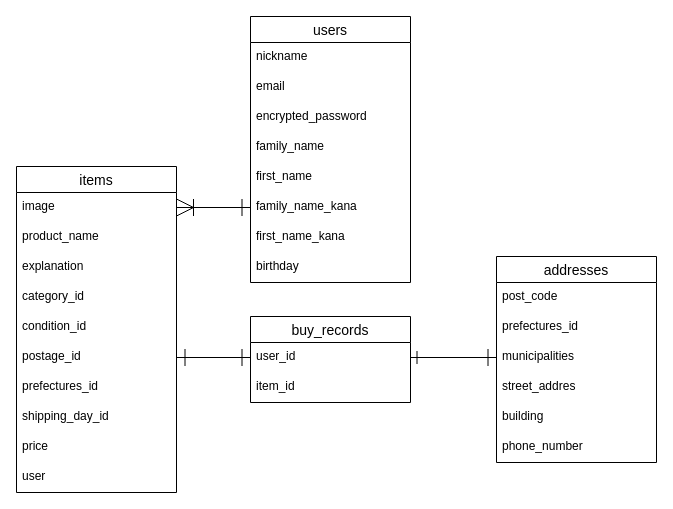
Earlier version of the draw.io diagram furima-39307.dio (matsumotoyousuke/furima-39307). Source tidied: cells renumbered, new cells numbered last; positions are measured from the earlier drawing's top-left corner, leaving out a move shared by most shapes. Both pictures are drawn from the tidied source at 100%, with x=0, y=0 at pixel (16, 16).
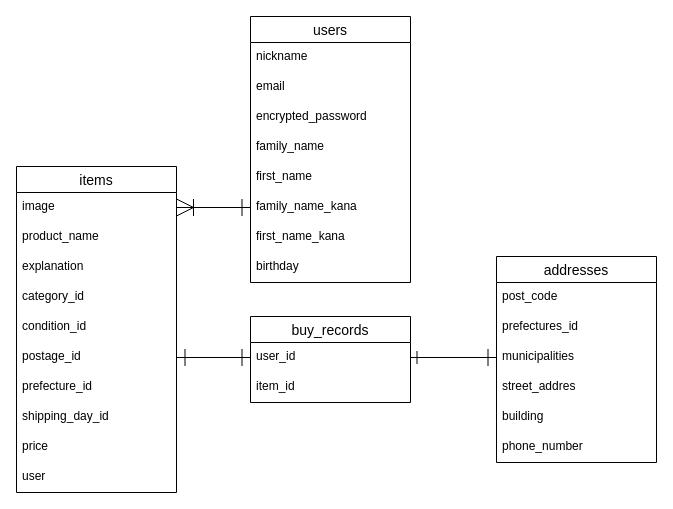
After the change.

Commit message (it also covers changes not shown here):
ER図、README修正(4)

Unchanged cells that the change refers to:
```xml
<mxCell id="11" value="items" style="swimlane;fontStyle=0;horizontal=1;startSize=26;align=center;fontSize=14;labelBorderColor=none;" parent="1" vertex="1">
  <mxGeometry y="150" width="160" height="326" as="geometry" />
</mxCell>
```

The edit, as a diff of the source:
```diff
@@
-    <mxCell id="18" value="prefectures_id" style="text;strokeColor=none;fillColor=none;spacingLeft=4;spacingRight=4;overflow=hidden;fontSize=12;labelBorderColor=none;" parent="11" vertex="1">
+    <mxCell id="18" value="prefecture_id" style="text;strokeColor=none;fillColor=none;spacingLeft=4;spacingRight=4;overflow=hidden;fontSize=12;labelBorderColor=none;" parent="11" vertex="1">
       <mxGeometry y="206" width="160" height="30" as="geometry" />
     </mxCell>
```
